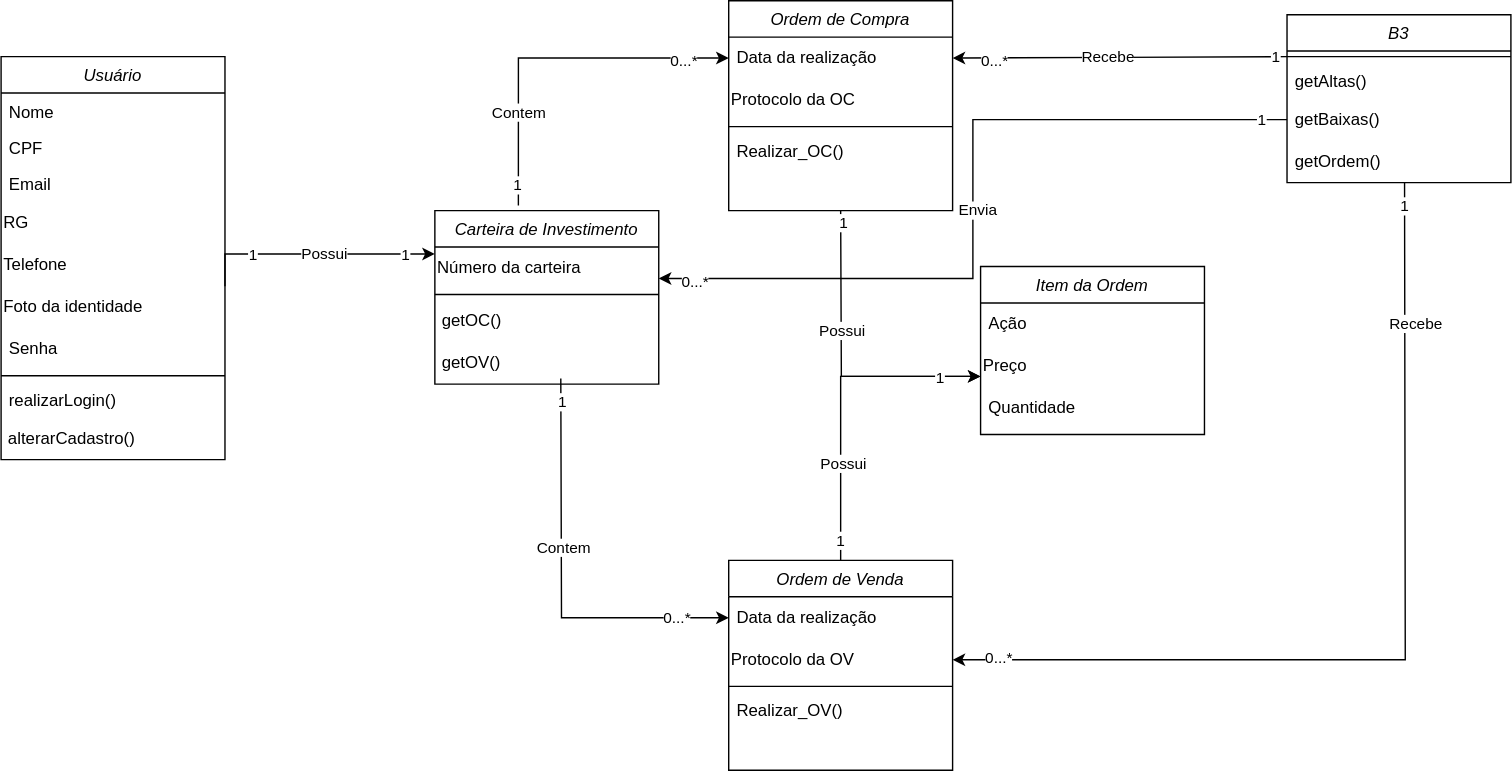
JesCat16/Projeto01_Modelagem_De_Software keeps this draw.io diagram as Diagrama de classe.drawio.svg. Above is the earlier version. Source tidied: cells renumbered, new cells last; positions are measured from the earlier drawing's top-left corner, leaving out a move shared by most shapes.
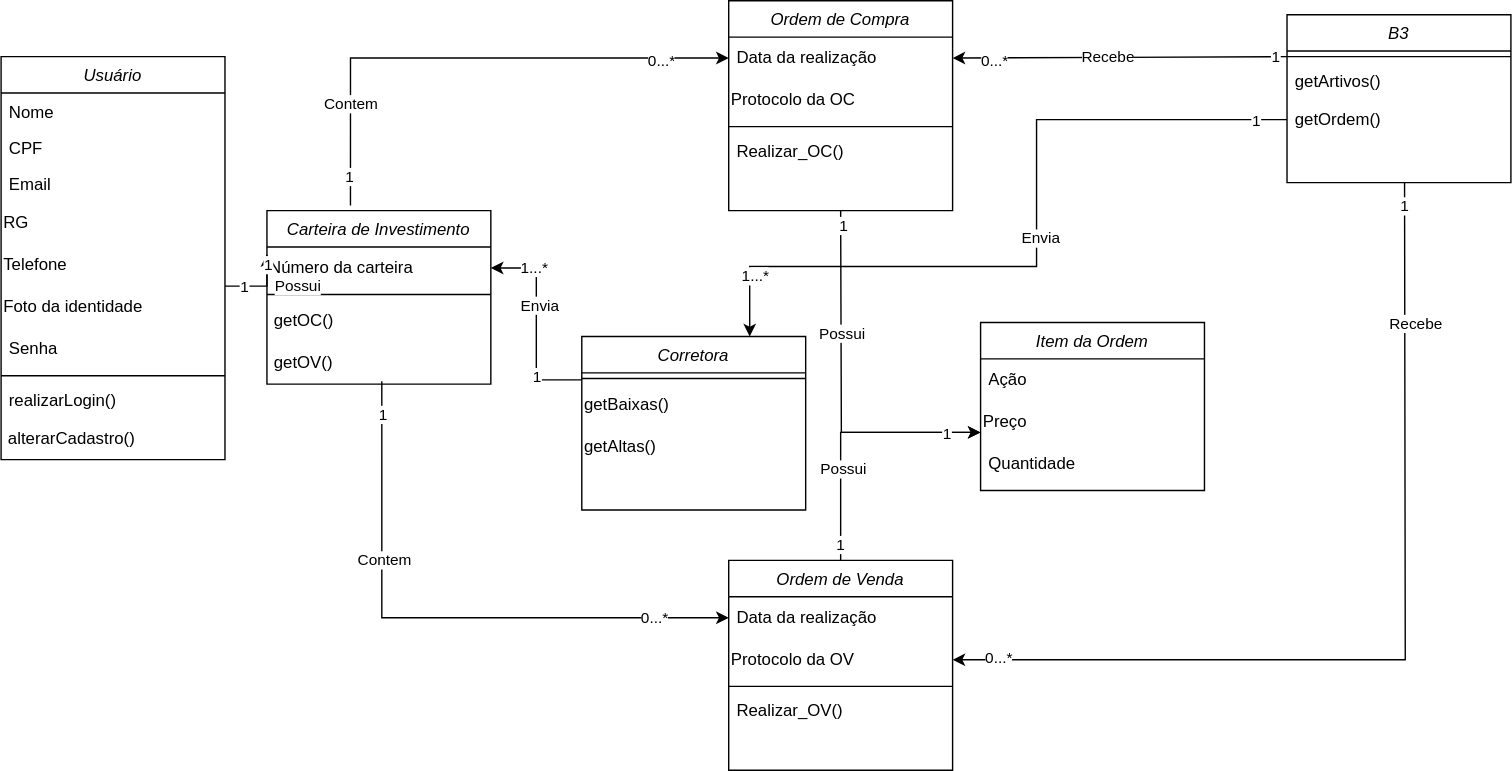
Later version of the same file.

Change to the diagram source:
```diff
@@ -36,7 +36,7 @@
       <mxGeometry y="258" width="160" height="30" as="geometry" />
     </mxCell>
     <mxCell id="13" value="Carteira de Investimento" style="swimlane;fontStyle=2;align=center;verticalAlign=top;horizontal=1;startSize=26;rounded=0;shadow=0;strokeWidth=1;" parent="1" vertex="1">
-      <mxGeometry x="310" y="150" width="160" height="124" as="geometry" />
+      <mxGeometry x="190" y="150" width="160" height="124" as="geometry" />
     </mxCell>
     <mxCell id="14" value="Número da carteira" style="text;html=1;align=left;verticalAlign=middle;whiteSpace=wrap;rounded=0;" parent="13" vertex="1">
       <mxGeometry y="26" width="160" height="30" as="geometry" />
@@ -66,7 +66,7 @@
       <mxGeometry y="94" width="160" height="26" as="geometry" />
     </mxCell>
     <mxCell id="23" value="Item da Ordem" style="swimlane;fontStyle=2;align=center;verticalAlign=top;horizontal=1;startSize=26;rounded=0;shadow=0;strokeWidth=1;" parent="1" vertex="1">
-      <mxGeometry x="700" y="190" width="160" height="120" as="geometry" />
+      <mxGeometry x="700" y="230" width="160" height="120" as="geometry" />
     </mxCell>
     <mxCell id="24" value="Ação" style="text;strokeColor=none;fillColor=none;align=left;verticalAlign=middle;spacingLeft=4;spacingRight=4;overflow=hidden;whiteSpace=wrap;html=1;" parent="23" vertex="1">
       <mxGeometry y="26" width="160" height="30" as="geometry" />
@@ -80,22 +80,6 @@
     <mxCell id="27" value="Ordem de Venda" style="swimlane;fontStyle=2;align=center;verticalAlign=top;horizontal=1;startSize=26;rounded=0;shadow=0;strokeWidth=1;" parent="1" vertex="1">
       <mxGeometry x="520" y="400" width="160" height="150" as="geometry" />
     </mxCell>
-    <mxCell id="28" style="edgeStyle=orthogonalEdgeStyle;rounded=0;jettySize=auto;html=1;exitX=0;exitY=0.5;exitDx=0;exitDy=0;startArrow=classic;startFill=1;endArrow=none;endFill=0;" parent="27" edge="1" source="32">
-      <mxGeometry relative="1" as="geometry">
-        <mxPoint x="-120" y="-130" as="targetPoint" />
-      </mxGeometry>
-    </mxCell>
-    <mxCell id="29" value="Contem" style="edgeLabel;html=1;align=center;verticalAlign=middle;" parent="28" vertex="1">
-      <mxGeometry x="0.89" y="-1" relative="1" as="geometry">
-        <mxPoint y="104" as="offset" />
-      </mxGeometry>
-    </mxCell>
-    <mxCell id="30" value="0...*" style="edgeLabel;html=1;align=center;verticalAlign=middle;" parent="28" vertex="1">
-      <mxGeometry x="-0.74" y="-1" relative="1" as="geometry" />
-    </mxCell>
-    <mxCell id="31" value="1" style="edgeLabel;html=1;align=center;verticalAlign=middle;" parent="28" vertex="1">
-      <mxGeometry x="0.88" relative="1" as="geometry" />
-    </mxCell>
     <mxCell id="32" value="Data da realização" style="text;strokeColor=none;fillColor=none;align=left;verticalAlign=middle;spacingLeft=4;spacingRight=4;overflow=hidden;points=[[0,0.5],[1,0.5]];portConstraint=eastwest;whiteSpace=wrap;html=1;" parent="27" vertex="1">
       <mxGeometry y="26" width="160" height="30" as="geometry" />
     </mxCell>
@@ -148,14 +132,11 @@
     <mxCell id="45" style="line;html=1;strokeWidth=1;align=left;verticalAlign=middle;spacingTop=-1;spacingLeft=3;spacingRight=3;labelPosition=right;" parent="44" vertex="1">
       <mxGeometry y="26" width="160" height="8" as="geometry" />
     </mxCell>
-    <mxCell id="46" value="getAltas()" style="text;align=left;verticalAlign=top;spacingLeft=4;spacingRight=4;overflow=hidden;" parent="44" vertex="1">
+    <mxCell id="46" value="getArtivos()" style="text;align=left;verticalAlign=top;spacingLeft=4;spacingRight=4;overflow=hidden;" parent="44" vertex="1">
       <mxGeometry y="34" width="160" height="26" as="geometry" />
     </mxCell>
-    <mxCell id="47" value="getBaixas()" style="text;strokeColor=none;fillColor=none;align=left;verticalAlign=middle;spacingLeft=4;spacingRight=4;overflow=hidden;points=[[0,0.5],[1,0.5]];portConstraint=eastwest;whiteSpace=wrap;html=1;" parent="44" vertex="1">
-      <mxGeometry y="60" width="160" height="30" as="geometry" />
-    </mxCell>
     <mxCell id="48" value="getOrdem()" style="text;strokeColor=none;fillColor=none;align=left;verticalAlign=middle;spacingLeft=4;spacingRight=4;overflow=hidden;points=[[0,0.5],[1,0.5]];portConstraint=eastwest;whiteSpace=wrap;html=1;" parent="44" vertex="1">
-      <mxGeometry y="90" width="160" height="30" as="geometry" />
+      <mxGeometry y="60" width="160" height="30" as="geometry" />
     </mxCell>
     <mxCell id="49" style="edgeStyle=orthogonalEdgeStyle;rounded=0;jettySize=auto;html=1;exitX=1;exitY=0;exitDx=0;exitDy=0;entryX=0;entryY=0.25;entryDx=0;entryDy=0;" parent="1" edge="1" source="8" target="13">
       <mxGeometry relative="1" as="geometry" />
@@ -216,19 +197,69 @@
         <mxPoint y="1" as="offset" />
       </mxGeometry>
     </mxCell>
-    <mxCell id="64" style="edgeStyle=orthogonalEdgeStyle;rounded=0;jettySize=auto;html=1;exitX=0;exitY=0.5;exitDx=0;exitDy=0;entryX=1;entryY=0.75;entryDx=0;entryDy=0;" parent="1" edge="1" source="47" target="14">
-      <mxGeometry relative="1" as="geometry" />
-    </mxCell>
-    <mxCell id="65" value="Envia" style="edgeLabel;html=1;align=center;verticalAlign=middle;" parent="64" vertex="1">
-      <mxGeometry x="0.03" y="3" relative="1" as="geometry" />
-    </mxCell>
-    <mxCell id="66" value="0...*" style="edgeLabel;html=1;align=center;verticalAlign=middle;" parent="64" vertex="1">
-      <mxGeometry x="0.91" y="2" relative="1" as="geometry">
-        <mxPoint x="2" as="offset" />
-      </mxGeometry>
-    </mxCell>
-    <mxCell id="67" value="1" style="edgeLabel;html=1;align=center;verticalAlign=middle;" parent="64" vertex="1">
-      <mxGeometry x="-0.93" y="-1" relative="1" as="geometry" />
-    </mxCell>
+    <mxCell id="28" style="edgeStyle=orthogonalEdgeStyle;rounded=0;jettySize=auto;html=1;exitX=0;exitY=0.5;exitDx=0;exitDy=0;startArrow=classic;startFill=1;endArrow=none;endFill=0;entryX=0.513;entryY=0.933;entryDx=0;entryDy=0;entryPerimeter=0;" parent="1" edge="1" source="32" target="17">
+      <mxGeometry relative="1" as="geometry" />
+    </mxCell>
+    <mxCell id="29" value="Contem" style="edgeLabel;html=1;align=center;verticalAlign=middle;" parent="28" vertex="1">
+      <mxGeometry x="0.89" y="-1" relative="1" as="geometry">
+        <mxPoint y="104" as="offset" />
+      </mxGeometry>
+    </mxCell>
+    <mxCell id="30" value="0...*" style="edgeLabel;html=1;align=center;verticalAlign=middle;" parent="28" vertex="1">
+      <mxGeometry x="-0.74" y="-1" relative="1" as="geometry" />
+    </mxCell>
+    <mxCell id="31" value="1" style="edgeLabel;html=1;align=center;verticalAlign=middle;" parent="28" vertex="1">
+      <mxGeometry x="0.88" relative="1" as="geometry" />
+    </mxCell>
+    <mxCell id="68" style="edgeStyle=orthogonalEdgeStyle;rounded=0;jettySize=auto;html=1;exitX=0;exitY=0.25;exitDx=0;exitDy=0;entryX=1;entryY=0.5;entryDx=0;entryDy=0;" parent="1" edge="1" source="72" target="14">
+      <mxGeometry relative="1" as="geometry" />
+    </mxCell>
+    <mxCell id="69" value="Envia" style="edgeLabel;html=1;align=center;verticalAlign=middle;" parent="68" vertex="1">
+      <mxGeometry x="0.19" y="-1" relative="1" as="geometry">
+        <mxPoint x="1" as="offset" />
+      </mxGeometry>
+    </mxCell>
+    <mxCell id="70" value="1...*" style="edgeLabel;html=1;align=center;verticalAlign=middle;" parent="68" vertex="1">
+      <mxGeometry x="0.75" y="3" relative="1" as="geometry">
+        <mxPoint x="12" y="-4" as="offset" />
+      </mxGeometry>
+    </mxCell>
+    <mxCell id="71" value="1" style="edgeLabel;html=1;align=center;verticalAlign=middle;" parent="68" vertex="1">
+      <mxGeometry x="-0.51" y="1" relative="1" as="geometry">
+        <mxPoint x="1" y="1" as="offset" />
+      </mxGeometry>
+    </mxCell>
+    <mxCell id="72" value="Corretora" style="swimlane;fontStyle=2;align=center;verticalAlign=top;horizontal=1;startSize=26;rounded=0;shadow=0;strokeWidth=1;" parent="1" vertex="1">
+      <mxGeometry x="415" y="240" width="160" height="124" as="geometry" />
+    </mxCell>
+    <mxCell id="73" style="line;html=1;strokeWidth=1;align=left;verticalAlign=middle;spacingTop=-1;spacingLeft=3;spacingRight=3;labelPosition=right;" parent="72" vertex="1">
+      <mxGeometry y="26" width="160" height="8" as="geometry" />
+    </mxCell>
+    <mxCell id="47" value="getBaixas()" style="text;html=1;align=left;verticalAlign=middle;points=[];strokeColor=none;fillColor=none;" parent="72" vertex="1">
+      <mxGeometry y="34" width="160" height="30" as="geometry" />
+    </mxCell>
+    <mxCell id="74" value="getAltas()" style="text;html=1;align=left;verticalAlign=middle;strokeColor=none;fillColor=none;" parent="72" vertex="1">
+      <mxGeometry y="64" width="160" height="30" as="geometry" />
+    </mxCell>
+    <mxCell id="75" style="edgeStyle=orthogonalEdgeStyle;rounded=0;jettySize=auto;html=1;exitX=0;exitY=0.5;exitDx=0;exitDy=0;entryX=0.75;entryY=0;entryDx=0;entryDy=0;" parent="1" edge="1" source="48" target="72">
+      <mxGeometry relative="1" as="geometry">
+        <Array as="points">
+          <mxPoint x="740" y="85" />
+          <mxPoint x="740" y="190" />
+          <mxPoint x="535" y="190" />
+        </Array>
+      </mxGeometry>
+    </mxCell>
+    <mxCell id="76" value="Envia" style="edgeLabel;html=1;align=center;verticalAlign=middle;" parent="75" vertex="1">
+      <mxGeometry x="-0.03" y="2" relative="1" as="geometry" />
+    </mxCell>
+    <mxCell id="77" value="1...*" style="edgeLabel;html=1;align=center;verticalAlign=middle;" parent="75" vertex="1">
+      <mxGeometry x="0.78" relative="1" as="geometry">
+        <mxPoint x="-5" y="6" as="offset" />
+      </mxGeometry>
+    </mxCell>
+    <mxCell id="78" value="1" style="edgeLabel;html=1;align=center;verticalAlign=middle;" parent="75" vertex="1">
+      <mxGeometry x="-0.91" relative="1" as="geometry" />
+    </mxCell>
   </root>
 </mxGraphModel>
```
